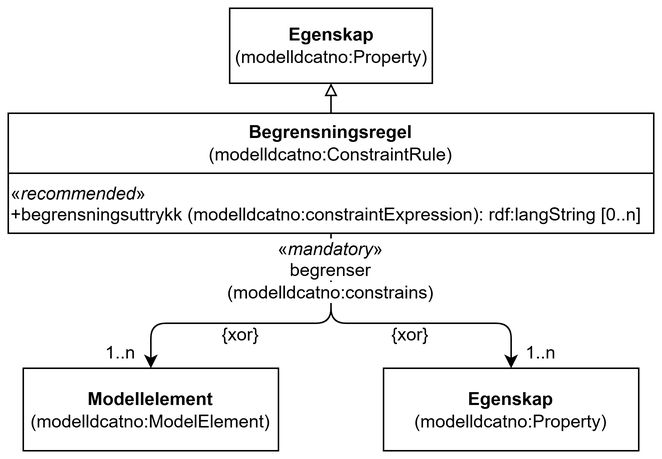
Informasjonsforvaltning/modelldcat-ap-no keeps this draw.io diagram as docs/images/KlassenBegrensningsregel.png. Above is the earlier version. Source tidied: cells renumbered, new cells last; positions are measured from the earlier drawing's top-left corner, leaving out a move shared by most shapes.
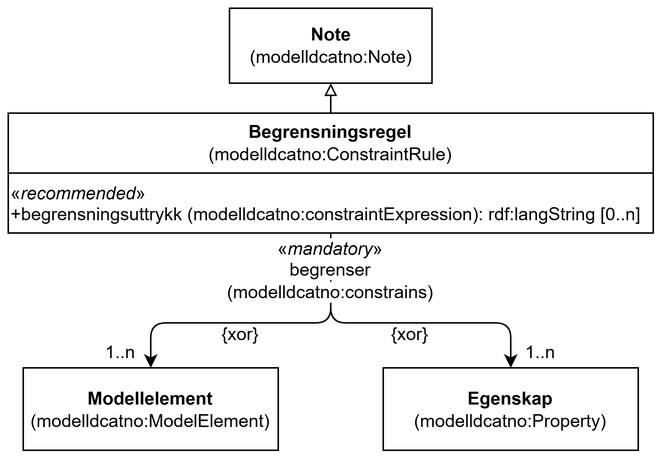
After the change.

The edit, as a diff of the source:
```diff
@@ -17,7 +17,7 @@
     <mxCell id="6" value="1..n" style="text;html=1;whiteSpace=wrap;strokeColor=none;fillColor=none;align=center;verticalAlign=middle;rounded=0;" parent="1" vertex="1">
       <mxGeometry x="340" y="220" width="30" height="20" as="geometry" />
     </mxCell>
-    <mxCell id="7" value="&lt;b&gt;Egenskap&lt;/b&gt;&lt;div&gt;(modelldcatno:Property)&lt;/div&gt;" style="rounded=0;whiteSpace=wrap;html=1;" parent="1" vertex="1">
+    <mxCell id="7" value="&lt;b&gt;Note&lt;/b&gt;&lt;div&gt;(modelldcatno:Note)&lt;/div&gt;" style="rounded=0;whiteSpace=wrap;html=1;" parent="1" vertex="1">
       <mxGeometry x="147.5" width="135" height="50" as="geometry" />
     </mxCell>
     <mxCell id="8" style="endArrow=block;html=1;rounded=0;entryX=0.5;entryY=1;entryDx=0;entryDy=0;exitX=0.5;exitY=0;exitDx=0;exitDy=0;endFill=0;" parent="1" edge="1" source="4" target="7">
```
